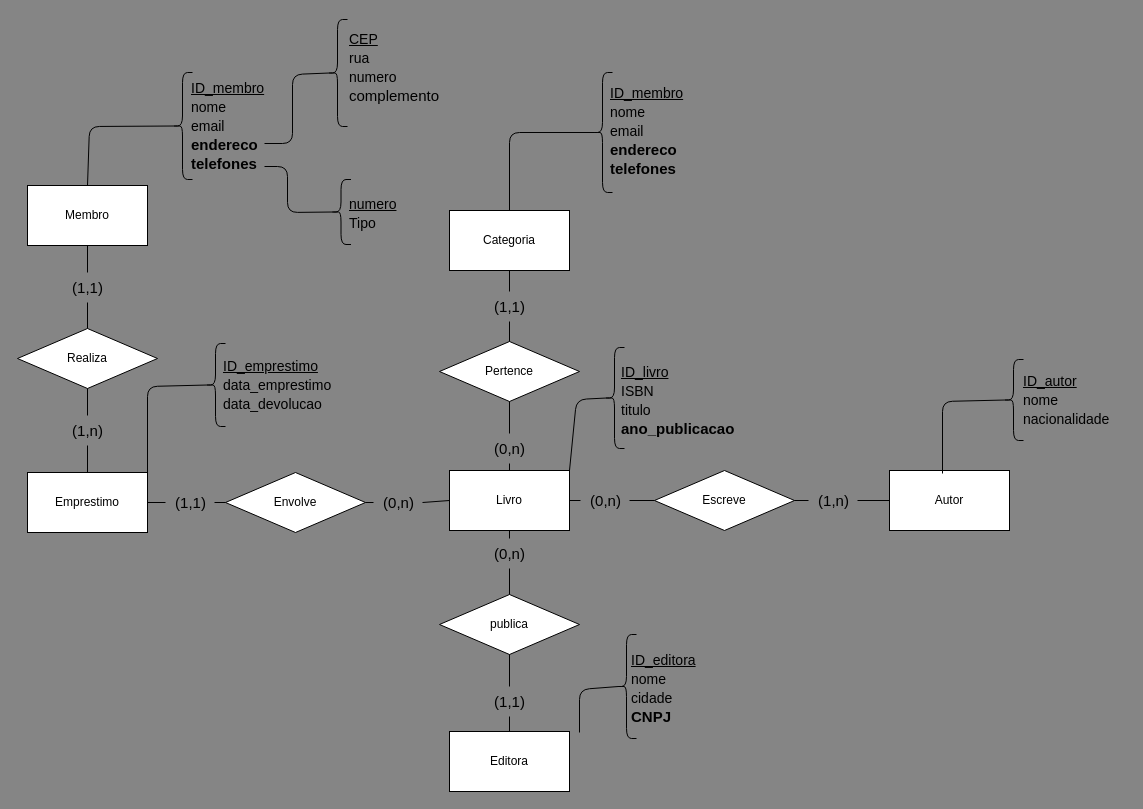
This is DER/modelo_entidade_relacionamento.drawio from AndreiVidal/projeto-banco-de-dados, a draw.io file, before an edit. Source tidied: cells renumbered, new cells numbered last; positions are measured from the earlier drawing's top-left corner, leaving out a move shared by most shapes. Both pictures are drawn from the tidied source at 100%, with x=0, y=0 at pixel (17, 17).
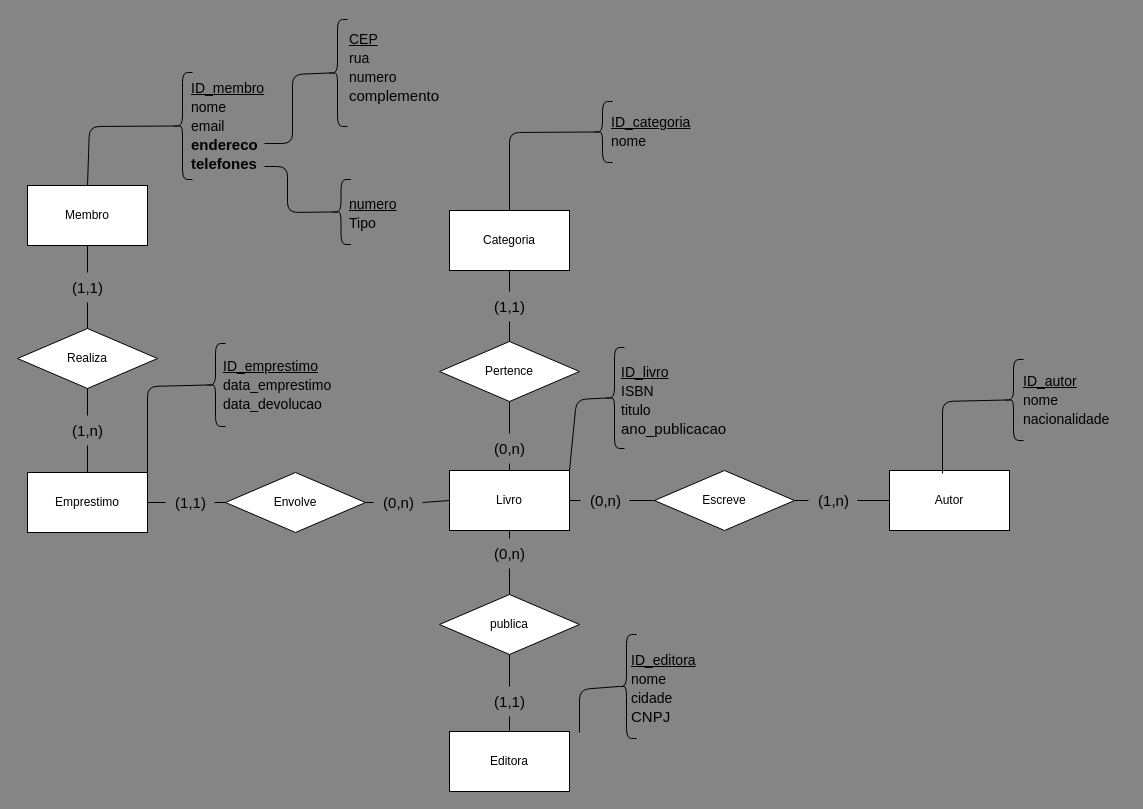
After the change.

Commit message (it also covers changes not shown here):
:bug: fix: correcting DER image

What changed in the source:
```diff
@@
     <mxCell id="44" style="shape=curlyBracket;whiteSpace=wrap;html=1;rounded=1;labelPosition=left;verticalLabelPosition=middle;align=right;verticalAlign=middle;fontSize=15;" parent="1" vertex="1">
-      <mxGeometry x="575" y="55" width="20" height="120" as="geometry" />
+      <mxGeometry x="575" y="84" width="20" height="61" as="geometry" />
     </mxCell>
@@
-    <mxCell id="51" value="&lt;p style=&quot;line-height: 50%;&quot;&gt;&lt;u style=&quot;font-size: 14px;&quot;&gt;ID_membro&lt;/u&gt;&lt;span style=&quot;font-size: 14px; background-color: initial;&quot;&gt;&lt;br&gt;&lt;/span&gt;&lt;/p&gt;&lt;p style=&quot;line-height: 50%;&quot;&gt;&lt;span style=&quot;font-size: 14px; background-color: initial;&quot;&gt;nome&lt;/span&gt;&lt;/p&gt;&lt;p style=&quot;line-height: 50%;&quot;&gt;&lt;span style=&quot;font-size: 14px; background-color: initial;&quot;&gt;email&lt;/span&gt;&lt;/p&gt;&lt;p style=&quot;line-height: 50%;&quot;&gt;&lt;b style=&quot;background-color: initial;&quot;&gt;&lt;font style=&quot;font-size: 15px;&quot;&gt;endereco&lt;/font&gt;&lt;/b&gt;&lt;/p&gt;&lt;p style=&quot;line-height: 50%;&quot;&gt;&lt;b style=&quot;background-color: initial;&quot;&gt;&lt;font style=&quot;font-size: 15px;&quot;&gt;telefones&lt;/font&gt;&lt;/b&gt;&lt;/p&gt;" style="text;html=1;align=left;verticalAlign=middle;strokeColor=none;fillColor=none;" parent="1" vertex="1">
-      <mxGeometry x="591" y="55" width="91" height="118" as="geometry" />
+    <mxCell id="51" value="&lt;p style=&quot;line-height: 50%;&quot;&gt;&lt;u style=&quot;font-size: 14px;&quot;&gt;ID_categoria&lt;/u&gt;&lt;span style=&quot;font-size: 14px; background-color: initial;&quot;&gt;&lt;br&gt;&lt;/span&gt;&lt;/p&gt;&lt;p style=&quot;line-height: 50%;&quot;&gt;&lt;span style=&quot;font-size: 14px; background-color: initial;&quot;&gt;nome&lt;/span&gt;&lt;/p&gt;" style="text;html=1;align=left;verticalAlign=middle;strokeColor=none;fillColor=none;" parent="1" vertex="1">
+      <mxGeometry x="592" y="83" width="97" height="62" as="geometry" />
     </mxCell>
-    <mxCell id="52" value="&lt;p style=&quot;line-height: 50%;&quot;&gt;&lt;u style=&quot;font-size: 14px;&quot;&gt;ID_livro&lt;/u&gt;&lt;span style=&quot;font-size: 14px; background-color: initial;&quot;&gt;&lt;br&gt;&lt;/span&gt;&lt;/p&gt;&lt;p style=&quot;line-height: 50%;&quot;&gt;&lt;span style=&quot;font-size: 14px;&quot;&gt;ISBN&lt;/span&gt;&lt;/p&gt;&lt;p style=&quot;line-height: 50%;&quot;&gt;&lt;span style=&quot;font-size: 14px; background-color: initial;&quot;&gt;titulo&lt;/span&gt;&lt;/p&gt;&lt;p style=&quot;line-height: 50%;&quot;&gt;&lt;b style=&quot;background-color: initial;&quot;&gt;&lt;font style=&quot;font-size: 15px;&quot;&gt;ano_publicacao&lt;/font&gt;&lt;/b&gt;&lt;/p&gt;" style="text;html=1;align=left;verticalAlign=middle;strokeColor=none;fillColor=none;" parent="1" vertex="1">
-      <mxGeometry x="602" y="333" width="131" height="100" as="geometry" />
+    <mxCell id="52" value="&lt;p style=&quot;line-height: 50%;&quot;&gt;&lt;u style=&quot;font-size: 14px;&quot;&gt;ID_livro&lt;/u&gt;&lt;span style=&quot;font-size: 14px; background-color: initial;&quot;&gt;&lt;br&gt;&lt;/span&gt;&lt;/p&gt;&lt;p style=&quot;line-height: 50%;&quot;&gt;&lt;span style=&quot;font-size: 14px;&quot;&gt;ISBN&lt;/span&gt;&lt;/p&gt;&lt;p style=&quot;line-height: 50%;&quot;&gt;&lt;span style=&quot;font-size: 14px; background-color: initial;&quot;&gt;titulo&lt;/span&gt;&lt;/p&gt;&lt;p style=&quot;line-height: 50%;&quot;&gt;&lt;span style=&quot;background-color: initial;&quot;&gt;&lt;font style=&quot;font-size: 15px;&quot;&gt;ano_publicacao&lt;/font&gt;&lt;/span&gt;&lt;/p&gt;" style="text;html=1;align=left;verticalAlign=middle;strokeColor=none;fillColor=none;" parent="1" vertex="1">
+      <mxGeometry x="602" y="333" width="123" height="100" as="geometry" />
     </mxCell>
@@
-    <mxCell id="54" value="&lt;p style=&quot;line-height: 50%;&quot;&gt;&lt;u style=&quot;font-size: 14px;&quot;&gt;ID_editora&lt;/u&gt;&lt;span style=&quot;font-size: 14px; background-color: initial;&quot;&gt;&lt;br&gt;&lt;/span&gt;&lt;/p&gt;&lt;p style=&quot;line-height: 50%;&quot;&gt;&lt;span style=&quot;font-size: 14px; background-color: initial;&quot;&gt;nome&lt;/span&gt;&lt;/p&gt;&lt;p style=&quot;line-height: 50%;&quot;&gt;&lt;span style=&quot;font-size: 14px; background-color: initial;&quot;&gt;cidade&lt;/span&gt;&lt;/p&gt;&lt;p style=&quot;line-height: 50%;&quot;&gt;&lt;span style=&quot;font-size: 15px;&quot;&gt;&lt;b&gt;CNPJ&lt;/b&gt;&lt;/span&gt;&lt;/p&gt;" style="text;html=1;align=left;verticalAlign=middle;strokeColor=none;fillColor=none;" parent="1" vertex="1">
+    <mxCell id="54" value="&lt;p style=&quot;line-height: 50%;&quot;&gt;&lt;u style=&quot;font-size: 14px;&quot;&gt;ID_editora&lt;/u&gt;&lt;span style=&quot;font-size: 14px; background-color: initial;&quot;&gt;&lt;br&gt;&lt;/span&gt;&lt;/p&gt;&lt;p style=&quot;line-height: 50%;&quot;&gt;&lt;span style=&quot;font-size: 14px; background-color: initial;&quot;&gt;nome&lt;/span&gt;&lt;/p&gt;&lt;p style=&quot;line-height: 50%;&quot;&gt;&lt;span style=&quot;font-size: 14px; background-color: initial;&quot;&gt;cidade&lt;/span&gt;&lt;/p&gt;&lt;p style=&quot;line-height: 50%;&quot;&gt;&lt;span style=&quot;font-size: 15px;&quot;&gt;CNPJ&lt;/span&gt;&lt;/p&gt;" style="text;html=1;align=left;verticalAlign=middle;strokeColor=none;fillColor=none;" parent="1" vertex="1">
       <mxGeometry x="612" y="621" width="83" height="100" as="geometry" />
     </mxCell>
```
